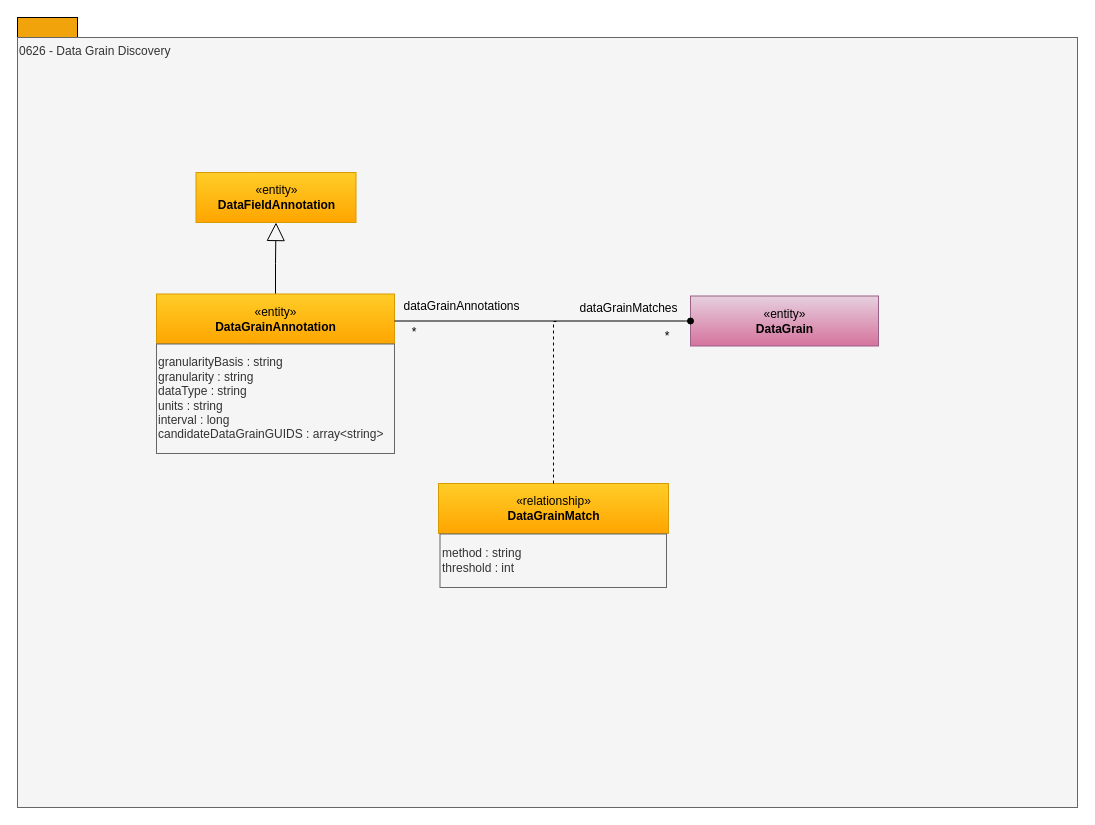
Earlier version of the draw.io diagram page "0626-Data-Grain-Discovery" (8 of 14) of site/docs/types/6/area-6-discovery.drawio (odpi/egeria-docs). Source tidied: cells renumbered, new cells numbered last; positions are measured from the earlier drawing's top-left corner, leaving out a move shared by most shapes. Both pictures are drawn from the tidied source at 100%, with x=0, y=0 at pixel (17, 17).
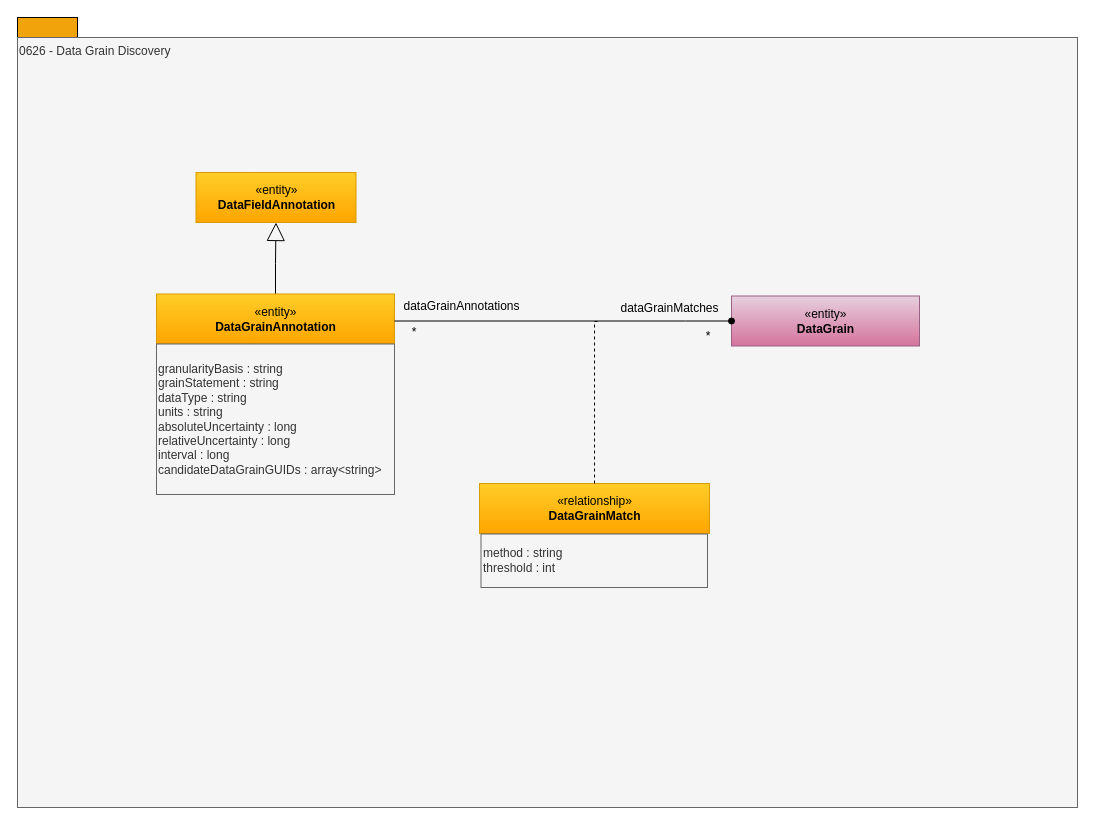
After the change.

Diff of the diagram source:
```diff
@@
-    <mxCell id="6" value="&lt;div&gt;granularityBasis : string&lt;div&gt;granularity : string&lt;/div&gt;&lt;/div&gt;&lt;div&gt;dataType : string&lt;/div&gt;&lt;div&gt;units : string&lt;/div&gt;&lt;div&gt;interval : long&lt;/div&gt;&lt;div&gt;candidateDataGrainGUIDS : array&amp;lt;string&amp;gt;&lt;/div&gt;" style="rounded=0;whiteSpace=wrap;html=1;strokeColor=#666666;align=left;fillColor=#f5f5f5;fontColor=#333333;" parent="1" vertex="1">
-      <mxGeometry x="139" y="326.5" width="238" height="109.5" as="geometry" />
+    <mxCell id="6" value="&lt;div&gt;granularityBasis : string&lt;div&gt;grainStatement : string&lt;/div&gt;&lt;/div&gt;&lt;div&gt;dataType : string&lt;/div&gt;&lt;div&gt;units : string&lt;/div&gt;&lt;div&gt;absoluteUncertainty : long&lt;/div&gt;&lt;div&gt;relativeUncertainty : long&lt;/div&gt;&lt;div&gt;interval : long&lt;/div&gt;&lt;div&gt;candidateDataGrainGUIDs : array&amp;lt;string&amp;gt;&lt;/div&gt;" style="rounded=0;whiteSpace=wrap;html=1;strokeColor=#666666;align=left;fillColor=#f5f5f5;fontColor=#333333;" parent="1" vertex="1">
+      <mxGeometry x="139" y="326.5" width="238" height="150.5" as="geometry" />
     </mxCell>
@@
     <mxCell id="8" value="«entity»&lt;br&gt;&lt;b&gt;DataGrain&lt;/b&gt;" style="html=1;strokeColor=#996185;align=center;fillColor=#e6d0de;gradientColor=#d5739d;" parent="1" vertex="1">
-      <mxGeometry x="673" y="278.5" width="188" height="50" as="geometry" />
+      <mxGeometry x="714" y="278.5" width="188" height="50" as="geometry" />
     </mxCell>
@@
     <mxCell id="10" value="*" style="text;html=1;strokeColor=none;fillColor=none;align=center;verticalAlign=middle;whiteSpace=wrap;rounded=0;" parent="1" vertex="1">
-      <mxGeometry x="630" y="308.5" width="40" height="20" as="geometry" />
+      <mxGeometry x="671" y="308.5" width="40" height="20" as="geometry" />
     </mxCell>
@@
     <mxCell id="12" value="dataGrainMatches" style="text;html=1;strokeColor=none;fillColor=none;align=center;verticalAlign=middle;whiteSpace=wrap;rounded=0;" parent="1" vertex="1">
-      <mxGeometry x="550" y="281" width="123" height="20" as="geometry" />
+      <mxGeometry x="591" y="281" width="123" height="20" as="geometry" />
     </mxCell>
     <mxCell id="13" value="«relationship»&lt;br&gt;&lt;b&gt;DataGrainMatch&lt;/b&gt;" style="html=1;strokeColor=#d79b00;align=center;fillColor=#ffcd28;gradientColor=#ffa500;" parent="1" vertex="1">
-      <mxGeometry x="421" y="466" width="230" height="50" as="geometry" />
+      <mxGeometry x="462" y="466" width="230" height="50" as="geometry" />
     </mxCell>
     <mxCell id="14" value="&lt;span&gt;method : string&lt;/span&gt;&lt;br&gt;&lt;span&gt;threshold : int&lt;/span&gt;" style="rounded=0;whiteSpace=wrap;html=1;strokeColor=#666666;align=left;fillColor=#f5f5f5;fontColor=#333333;" parent="1" vertex="1">
-      <mxGeometry x="422.5" y="516.5" width="226.5" height="53.5" as="geometry" />
+      <mxGeometry x="463.5" y="516.5" width="226.5" height="53.5" as="geometry" />
     </mxCell>
     <mxCell id="15" style="endArrow=none;dashed=1;html=1;exitX=0.5;exitY=0;exitDx=0;exitDy=0;rounded=0;edgeStyle=orthogonalEdgeStyle;" parent="1" edge="1" source="13">
       <mxGeometry relative="1" as="geometry">
-        <mxPoint x="539" y="304" as="targetPoint" />
+        <mxPoint x="580" y="304" as="targetPoint" />
         <Array as="points">
-          <mxPoint x="536" y="304" />
+          <mxPoint x="577" y="304" />
         </Array>
       </mxGeometry>
     </mxCell>
```
